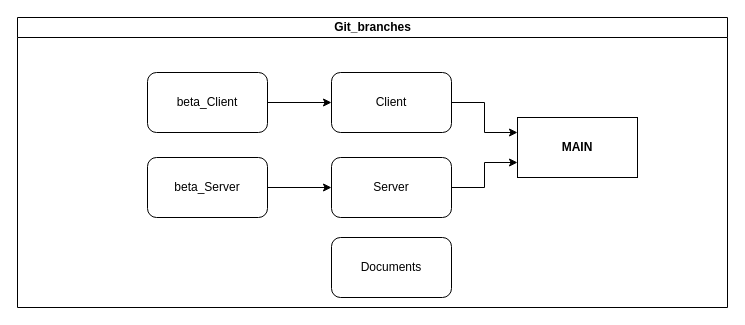
Above: git_branches.drawio in dimaan49/-TaMP-IBVJD (draw.io), before the change. Source tidied: cells renumbered, new cells numbered last; positions are measured from the earlier drawing's top-left corner, leaving out a move shared by most shapes. Both pictures are drawn from the tidied source at 100%, with x=0, y=0 at pixel (17, 17).
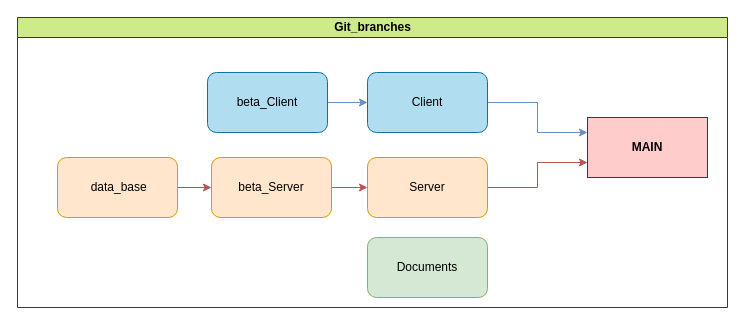
The same page after the edit.

Diff of the diagram source:
```diff
@@
 <mxGraphModel>
   <root>
     <mxCell id="0" />
     <mxCell id="1" parent="0" />
-    <mxCell id="2" value="Git_branches" style="swimlane;html=1;startSize=20;horizontal=1;containerType=tree;glass=0;" parent="1" vertex="1">
+    <mxCell id="2" value="Git_branches" style="swimlane;html=1;startSize=20;horizontal=1;containerType=tree;glass=0;fillColor=#cdeb8b;strokeColor=#36393d;" parent="1" vertex="1">
       <mxGeometry width="710" height="290" as="geometry" />
     </mxCell>
-    <mxCell id="3" value="&lt;b&gt;MAIN&lt;/b&gt;" style="rounded=0;whiteSpace=wrap;html=1;" parent="2" vertex="1">
-      <mxGeometry x="500" y="100" width="120" height="60" as="geometry" />
+    <mxCell id="3" value="&lt;b&gt;MAIN&lt;/b&gt;" style="rounded=0;whiteSpace=wrap;html=1;fillColor=#ffcccc;strokeColor=#36393d;" parent="2" vertex="1">
+      <mxGeometry x="570" y="100" width="120" height="60" as="geometry" />
     </mxCell>
-    <mxCell id="4" style="edgeStyle=orthogonalEdgeStyle;rounded=0;jettySize=auto;html=1;exitX=1;exitY=0.5;exitDx=0;exitDy=0;entryX=0;entryY=0.25;entryDx=0;entryDy=0;" parent="2" edge="1" source="5" target="3">
+    <mxCell id="4" style="edgeStyle=orthogonalEdgeStyle;rounded=0;jettySize=auto;html=1;exitX=1;exitY=0.5;exitDx=0;exitDy=0;entryX=0;entryY=0.25;entryDx=0;entryDy=0;fillColor=#dae8fc;strokeColor=#6c8ebf;" parent="2" edge="1" source="5" target="3">
       <mxGeometry relative="1" as="geometry" />
     </mxCell>
-    <mxCell id="5" value="Client" style="rounded=1;whiteSpace=wrap;html=1;" parent="2" vertex="1">
-      <mxGeometry x="314" y="55" width="120" height="60" as="geometry" />
+    <mxCell id="5" value="Client" style="rounded=1;whiteSpace=wrap;html=1;fillColor=#b1ddf0;strokeColor=#10739e;" parent="2" vertex="1">
+      <mxGeometry x="350" y="55" width="120" height="60" as="geometry" />
     </mxCell>
-    <mxCell id="6" style="edgeStyle=orthogonalEdgeStyle;rounded=0;jettySize=auto;html=1;exitX=1;exitY=0.5;exitDx=0;exitDy=0;entryX=0;entryY=0.75;entryDx=0;entryDy=0;" parent="2" edge="1" source="7" target="3">
+    <mxCell id="6" style="edgeStyle=orthogonalEdgeStyle;rounded=0;jettySize=auto;html=1;exitX=1;exitY=0.5;exitDx=0;exitDy=0;entryX=0;entryY=0.75;entryDx=0;entryDy=0;fillColor=#f8cecc;strokeColor=#b85450;" parent="2" edge="1" source="7" target="3">
       <mxGeometry relative="1" as="geometry" />
     </mxCell>
-    <mxCell id="7" value="Server" style="rounded=1;whiteSpace=wrap;html=1;" parent="2" vertex="1">
-      <mxGeometry x="314" y="140" width="120" height="60" as="geometry" />
+    <mxCell id="7" value="Server" style="rounded=1;whiteSpace=wrap;html=1;fillColor=#ffe6cc;strokeColor=#d79b00;" parent="2" vertex="1">
+      <mxGeometry x="350" y="140" width="120" height="60" as="geometry" />
     </mxCell>
-    <mxCell id="8" value="Documents" style="rounded=1;whiteSpace=wrap;html=1;" parent="2" vertex="1">
-      <mxGeometry x="314" y="220" width="120" height="60" as="geometry" />
+    <mxCell id="8" value="Documents" style="rounded=1;whiteSpace=wrap;html=1;fillColor=#d5e8d4;strokeColor=#82b366;" parent="2" vertex="1">
+      <mxGeometry x="350" y="220" width="120" height="60" as="geometry" />
     </mxCell>
-    <mxCell id="9" style="edgeStyle=orthogonalEdgeStyle;rounded=0;jettySize=auto;html=1;exitX=1;exitY=0.5;exitDx=0;exitDy=0;entryX=0;entryY=0.5;entryDx=0;entryDy=0;" parent="2" edge="1" source="10" target="7">
+    <mxCell id="9" style="edgeStyle=orthogonalEdgeStyle;rounded=0;jettySize=auto;html=1;exitX=1;exitY=0.5;exitDx=0;exitDy=0;entryX=0;entryY=0.5;entryDx=0;entryDy=0;fillColor=#f8cecc;strokeColor=#b85450;" parent="2" edge="1" source="10" target="7">
       <mxGeometry relative="1" as="geometry" />
     </mxCell>
-    <mxCell id="10" value="beta_Server" style="rounded=1;whiteSpace=wrap;html=1;" parent="2" vertex="1">
-      <mxGeometry x="130" y="140" width="120" height="60" as="geometry" />
+    <mxCell id="10" value="beta_Server" style="rounded=1;whiteSpace=wrap;html=1;fillColor=#ffe6cc;strokeColor=#d79b00;" parent="2" vertex="1">
+      <mxGeometry x="194" y="140" width="120" height="60" as="geometry" />
     </mxCell>
-    <mxCell id="11" style="edgeStyle=orthogonalEdgeStyle;rounded=0;jettySize=auto;html=1;exitX=1;exitY=0.5;exitDx=0;exitDy=0;entryX=0;entryY=0.5;entryDx=0;entryDy=0;" parent="2" edge="1" source="12" target="5">
+    <mxCell id="11" style="edgeStyle=orthogonalEdgeStyle;rounded=0;jettySize=auto;html=1;exitX=1;exitY=0.5;exitDx=0;exitDy=0;entryX=0;entryY=0.5;entryDx=0;entryDy=0;fillColor=#dae8fc;strokeColor=#6c8ebf;" parent="2" edge="1" source="12" target="5">
       <mxGeometry relative="1" as="geometry" />
     </mxCell>
-    <mxCell id="12" value="beta_Client" style="rounded=1;whiteSpace=wrap;html=1;" parent="2" vertex="1">
-      <mxGeometry x="130" y="55" width="120" height="60" as="geometry" />
+    <mxCell id="12" value="beta_Client" style="rounded=1;whiteSpace=wrap;html=1;fillColor=#b1ddf0;strokeColor=#10739e;" parent="2" vertex="1">
+      <mxGeometry x="190" y="55" width="120" height="60" as="geometry" />
     </mxCell>
+    <mxCell id="13" style="edgeStyle=orthogonalEdgeStyle;rounded=0;jettySize=auto;html=1;exitX=1;exitY=0.5;exitDx=0;exitDy=0;entryX=0;entryY=0.5;entryDx=0;entryDy=0;fillColor=#f8cecc;strokeColor=#b85450;" parent="2" edge="1" source="14" target="10">
+      <mxGeometry relative="1" as="geometry" />
+    </mxCell>
+    <mxCell id="14" value="&lt;div&gt;&amp;nbsp;data_base&lt;/div&gt;" style="rounded=1;whiteSpace=wrap;html=1;fillColor=#ffe6cc;strokeColor=#d79b00;" parent="2" vertex="1">
+      <mxGeometry x="40" y="140" width="120" height="60" as="geometry" />
+    </mxCell>
   </root>
 </mxGraphModel>
```
